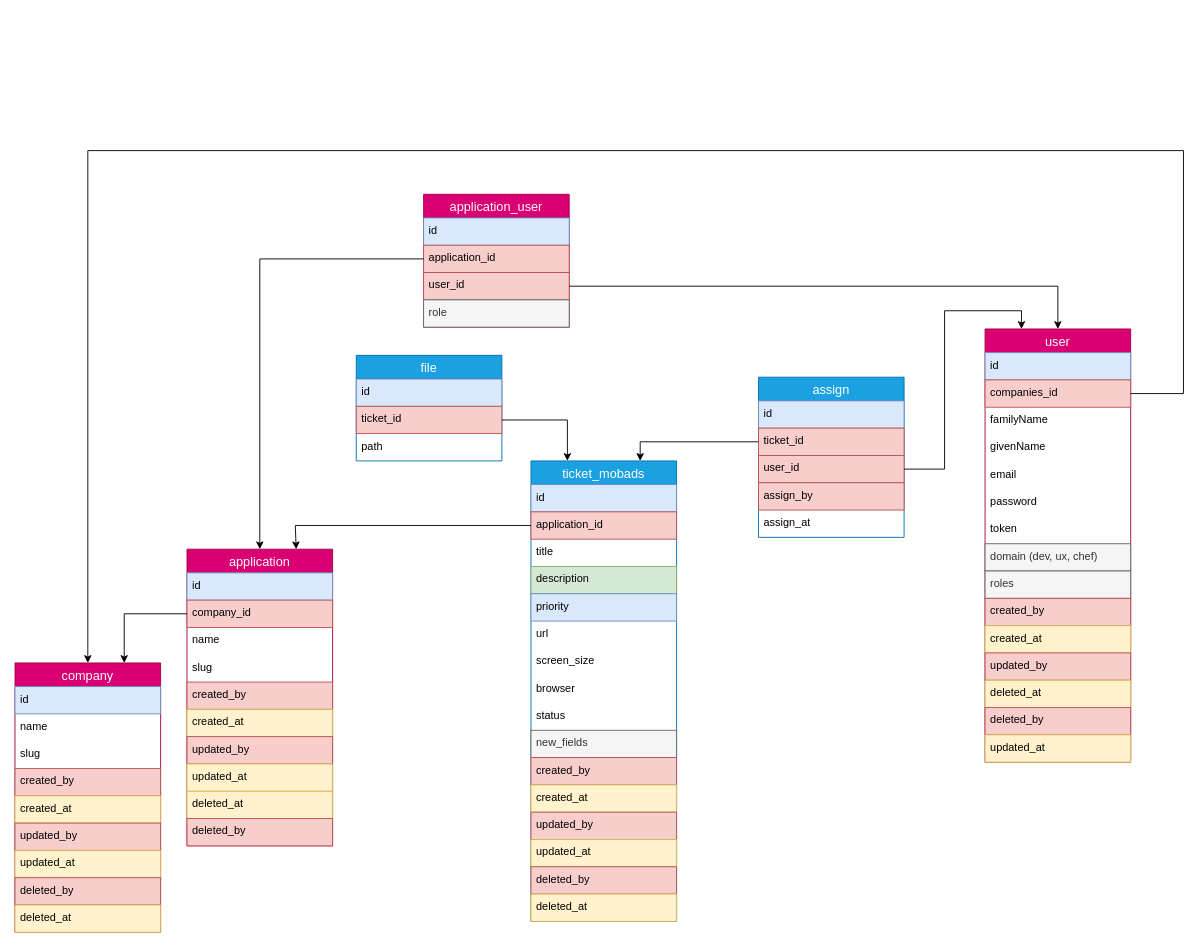
This is doc/api_ticketManager.drawio from Naltpom/api_ticketManager, a draw.io file, before an edit. Source tidied: cells renumbered, new cells numbered last; positions are measured from the earlier drawing's top-left corner, leaving out a move shared by most shapes. Both pictures are drawn from the tidied source at 91%, with x=0, y=0 at pixel (15, 150).
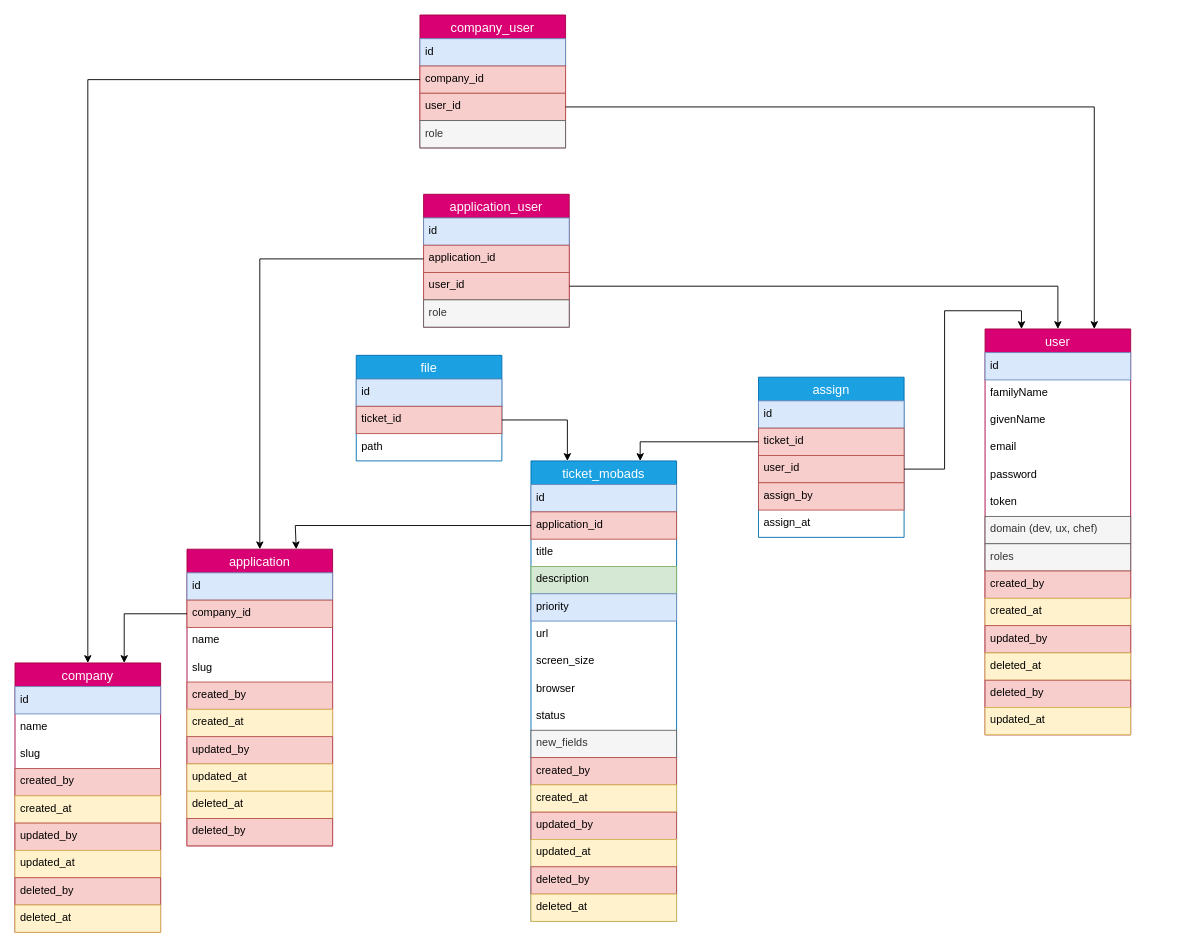
The same diagram, later.

Unchanged cells that the change refers to:
```xml
<mxCell id="2" value="company" style="swimlane;fontStyle=0;horizontal=1;startSize=26;align=center;fontSize=14;fillColor=#d80073;strokeColor=#A50040;fontColor=#ffffff;" parent="1" vertex="1">
  <mxGeometry y="563" width="160" height="296" as="geometry" />
</mxCell>
```

The edit, as a diff of the source:
```diff
@@
     <mxCell id="12" value="user" style="swimlane;fontStyle=0;horizontal=1;startSize=26;align=center;fontSize=14;fillColor=#d80073;strokeColor=#A50040;fontColor=#ffffff;" parent="1" vertex="1">
-      <mxGeometry x="1066" y="196" width="160" height="476" as="geometry" />
+      <mxGeometry x="1066" y="196" width="160" height="446" as="geometry" />
     </mxCell>
@@
-    <mxCell id="14" value="companies_id" style="text;strokeColor=#b85450;fillColor=#f8cecc;spacingLeft=4;spacingRight=4;overflow=hidden;points=[[0,0.5],[1,0.5]];portConstraint=eastwest;fontSize=12;" parent="12" vertex="1">
-      <mxGeometry y="56" width="160" height="30" as="geometry" />
-    </mxCell>
     <mxCell id="15" value="familyName&#10;" style="text;strokeColor=none;fillColor=none;spacingLeft=4;spacingRight=4;overflow=hidden;fontSize=12;" parent="12" vertex="1">
-      <mxGeometry y="86" width="160" height="30" as="geometry" />
+      <mxGeometry y="56" width="160" height="30" as="geometry" />
     </mxCell>
     <mxCell id="16" value="givenName" style="text;strokeColor=none;fillColor=none;spacingLeft=4;spacingRight=4;overflow=hidden;fontSize=12;" parent="12" vertex="1">
-      <mxGeometry y="116" width="160" height="30" as="geometry" />
+      <mxGeometry y="86" width="160" height="30" as="geometry" />
     </mxCell>
     <mxCell id="17" value="email" style="text;strokeColor=none;fillColor=none;spacingLeft=4;spacingRight=4;overflow=hidden;fontSize=12;" parent="12" vertex="1">
-      <mxGeometry y="146" width="160" height="30" as="geometry" />
+      <mxGeometry y="116" width="160" height="30" as="geometry" />
     </mxCell>
     <mxCell id="18" value="password" style="text;strokeColor=none;fillColor=none;spacingLeft=4;spacingRight=4;overflow=hidden;fontSize=12;" parent="12" vertex="1">
-      <mxGeometry y="176" width="160" height="30" as="geometry" />
+      <mxGeometry y="146" width="160" height="30" as="geometry" />
     </mxCell>
     <mxCell id="19" value="token" style="text;strokeColor=none;fillColor=none;spacingLeft=4;spacingRight=4;overflow=hidden;fontSize=12;" parent="12" vertex="1">
-      <mxGeometry y="206" width="160" height="30" as="geometry" />
+      <mxGeometry y="176" width="160" height="30" as="geometry" />
     </mxCell>
     <mxCell id="20" value="domain (dev, ux, chef)" style="text;strokeColor=#666666;fillColor=#f5f5f5;spacingLeft=4;spacingRight=4;overflow=hidden;fontSize=12;fontColor=#333333;" parent="12" vertex="1">
-      <mxGeometry y="236" width="160" height="30" as="geometry" />
+      <mxGeometry y="206" width="160" height="30" as="geometry" />
     </mxCell>
     <mxCell id="21" value="roles" style="text;strokeColor=#666666;fillColor=#f5f5f5;spacingLeft=4;spacingRight=4;overflow=hidden;fontSize=12;fontColor=#333333;" parent="12" vertex="1">
-      <mxGeometry y="266" width="160" height="30" as="geometry" />
+      <mxGeometry y="236" width="160" height="30" as="geometry" />
     </mxCell>
     <mxCell id="22" value="created_by" style="text;strokeColor=#b85450;fillColor=#f8cecc;spacingLeft=4;spacingRight=4;overflow=hidden;fontSize=12;" parent="12" vertex="1">
-      <mxGeometry y="296" width="160" height="30" as="geometry" />
+      <mxGeometry y="266" width="160" height="30" as="geometry" />
     </mxCell>
     <mxCell id="23" value="created_at" style="text;strokeColor=#d6b656;fillColor=#fff2cc;spacingLeft=4;spacingRight=4;overflow=hidden;fontSize=12;" parent="12" vertex="1">
-      <mxGeometry y="326" width="160" height="30" as="geometry" />
+      <mxGeometry y="296" width="160" height="30" as="geometry" />
     </mxCell>
     <mxCell id="24" value="updated_by" style="text;strokeColor=#b85450;fillColor=#f8cecc;spacingLeft=4;spacingRight=4;overflow=hidden;fontSize=12;" parent="12" vertex="1">
-      <mxGeometry y="356" width="160" height="30" as="geometry" />
+      <mxGeometry y="326" width="160" height="30" as="geometry" />
     </mxCell>
     <mxCell id="25" value="deleted_at" style="text;strokeColor=#d6b656;fillColor=#fff2cc;spacingLeft=4;spacingRight=4;overflow=hidden;fontSize=12;" parent="12" vertex="1">
-      <mxGeometry y="386" width="160" height="30" as="geometry" />
+      <mxGeometry y="356" width="160" height="30" as="geometry" />
     </mxCell>
     <mxCell id="26" value="deleted_by" style="text;strokeColor=#b85450;fillColor=#f8cecc;spacingLeft=4;spacingRight=4;overflow=hidden;fontSize=12;" parent="12" vertex="1">
-      <mxGeometry y="416" width="160" height="30" as="geometry" />
+      <mxGeometry y="386" width="160" height="30" as="geometry" />
     </mxCell>
     <mxCell id="27" value="updated_at" style="text;strokeColor=#d6b656;fillColor=#fff2cc;spacingLeft=4;spacingRight=4;overflow=hidden;fontSize=12;" parent="12" vertex="1">
-      <mxGeometry y="446" width="160" height="30" as="geometry" />
+      <mxGeometry y="416" width="160" height="30" as="geometry" />
     </mxCell>
@@
-    <mxCell id="78" style="edgeStyle=orthogonalEdgeStyle;rounded=0;jettySize=auto;html=1;" parent="1" edge="1" source="14" target="2">
-      <mxGeometry relative="1" as="geometry">
-        <Array as="points">
-          <mxPoint x="1284" y="267" />
-          <mxPoint x="1284" />
-          <mxPoint x="80" />
-        </Array>
-      </mxGeometry>
-    </mxCell>
+    <mxCell id="79" value="company_user" style="swimlane;fontStyle=0;horizontal=1;startSize=26;align=center;fontSize=14;fillColor=#d80073;strokeColor=#A50040;fontColor=#ffffff;" parent="1" vertex="1">
+      <mxGeometry x="445" y="-149" width="160" height="146" as="geometry" />
+    </mxCell>
+    <mxCell id="80" value="id" style="text;strokeColor=#6c8ebf;fillColor=#dae8fc;spacingLeft=4;spacingRight=4;overflow=hidden;fontSize=12;" parent="79" vertex="1">
+      <mxGeometry y="26" width="160" height="30" as="geometry" />
+    </mxCell>
+    <mxCell id="81" value="company_id" style="text;strokeColor=#b85450;fillColor=#f8cecc;spacingLeft=4;spacingRight=4;overflow=hidden;points=[[0,0.5],[1,0.5]];portConstraint=eastwest;fontSize=12;" parent="79" vertex="1">
+      <mxGeometry y="56" width="160" height="30" as="geometry" />
+    </mxCell>
+    <mxCell id="82" value="user_id" style="text;strokeColor=#b85450;fillColor=#f8cecc;spacingLeft=4;spacingRight=4;overflow=hidden;points=[[0,0.5],[1,0.5]];portConstraint=eastwest;fontSize=12;" parent="79" vertex="1">
+      <mxGeometry y="86" width="160" height="30" as="geometry" />
+    </mxCell>
+    <mxCell id="83" value="role" style="text;spacingLeft=4;spacingRight=4;overflow=hidden;fontSize=12;fillColor=#f5f5f5;strokeColor=#666666;fontColor=#333333;" parent="79" vertex="1">
+      <mxGeometry y="116" width="160" height="30" as="geometry" />
+    </mxCell>
+    <mxCell id="84" style="edgeStyle=orthogonalEdgeStyle;rounded=0;jettySize=auto;html=1;" parent="1" edge="1" source="81" target="2">
+      <mxGeometry relative="1" as="geometry" />
+    </mxCell>
+    <mxCell id="85" style="edgeStyle=orthogonalEdgeStyle;rounded=0;jettySize=auto;html=1;entryX=0.75;entryY=0;entryDx=0;entryDy=0;" parent="1" edge="1" source="82" target="12">
+      <mxGeometry relative="1" as="geometry" />
+    </mxCell>
```
